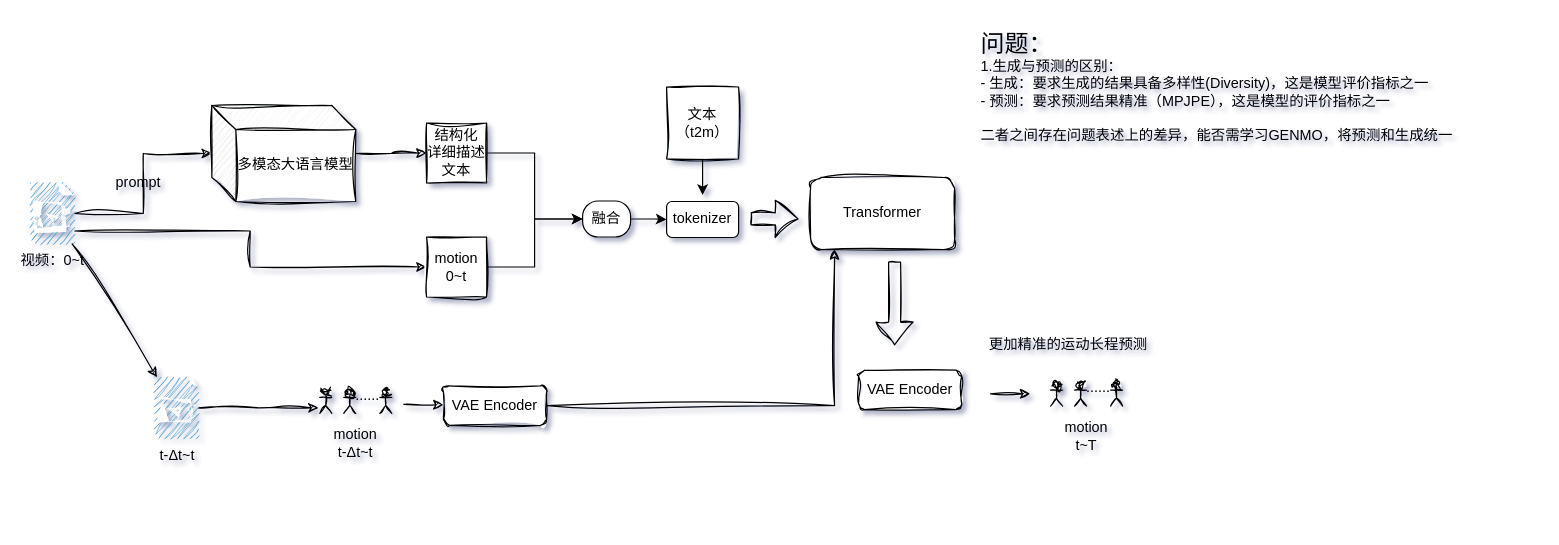
Above: video2motion.drawio in 177-Liukuan/algorithm (draw.io), before the change. Source tidied: cells renumbered, new cells numbered last; positions are measured from the earlier drawing's top-left corner, leaving out a move shared by most shapes. Both pictures are drawn from the tidied source at 120%, with x=0, y=0 at pixel (30, 20).
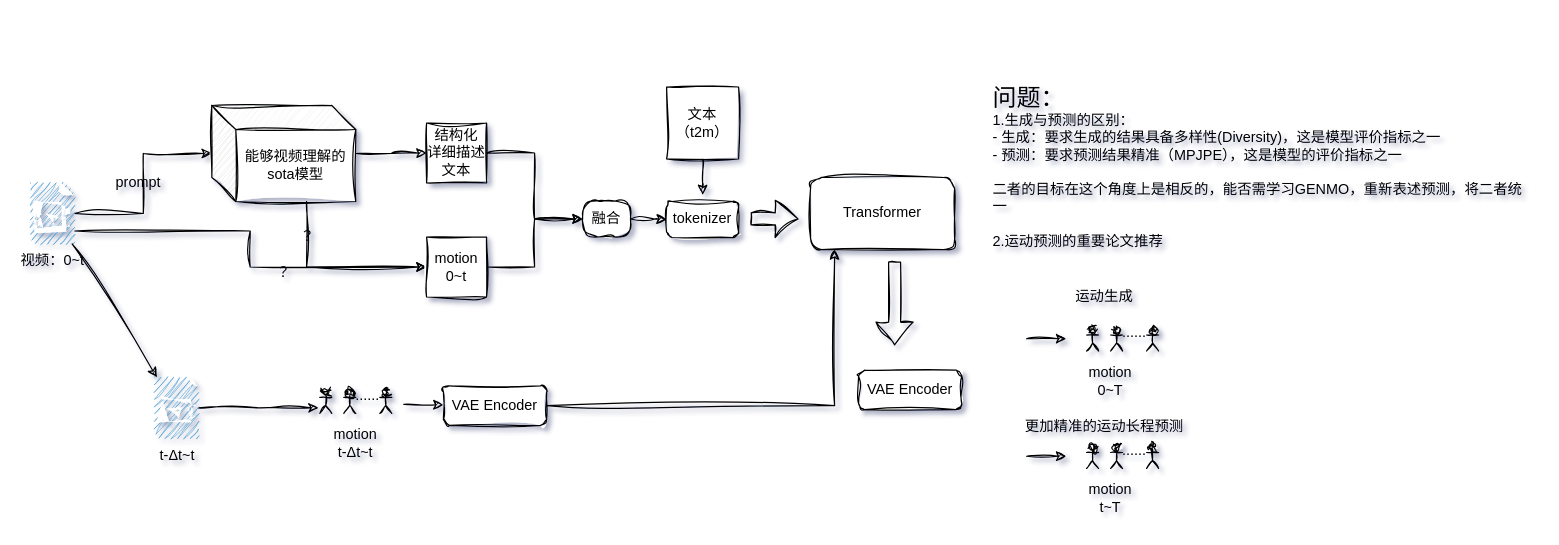
The same diagram, later.

The change refers to these unchanged cells:
```xml
<mxCell id="31" value="结构化&lt;br&gt;详细描述文本" style="whiteSpace=wrap;html=1;sketch=1;curveFitting=1;jiggle=2;" parent="1" vertex="1">
  <mxGeometry x="330" y="85" width="50" height="50" as="geometry" />
</mxCell>
<mxCell id="33" value="motion&lt;br&gt;0~t" style="whiteSpace=wrap;html=1;sketch=1;curveFitting=1;jiggle=2;" parent="1" vertex="1">
  <mxGeometry x="330" y="180" width="50" height="50" as="geometry" />
</mxCell>
<mxCell id="39" value="文本（t2m）" style="whiteSpace=wrap;html=1;sketch=1;curveFitting=1;jiggle=2;" parent="1" vertex="1">
  <mxGeometry x="530" y="55" width="60" height="60" as="geometry" />
</mxCell>
```

Diff of the diagram source:
```diff
@@
+    <mxCell id="40" style="edgeStyle=orthogonalEdgeStyle;rounded=0;jettySize=auto;html=1;entryX=0;entryY=0.5;entryDx=0;entryDy=0;sketch=1;curveFitting=1;jiggle=2;" parent="1" edge="1" source="6" target="33">
+      <mxGeometry relative="1" as="geometry">
+        <Array as="points">
+          <mxPoint x="230" y="205" />
+        </Array>
+      </mxGeometry>
+    </mxCell>
-    <mxCell id="6" value="多模态大语言模型" style="shape=cube;whiteSpace=wrap;html=1;boundedLbl=1;backgroundOutline=1;darkOpacity=0.05;darkOpacity2=0.1;sketch=1;curveFitting=1;jiggle=2;shadow=0;" parent="1" vertex="1">
+    <mxCell id="6" value="能够视频理解的sota模型" style="shape=cube;whiteSpace=wrap;html=1;boundedLbl=1;backgroundOutline=1;darkOpacity=0.05;darkOpacity2=0.1;sketch=1;curveFitting=1;jiggle=2;shadow=0;" parent="1" vertex="1">
       <mxGeometry x="151" y="70.4" width="120" height="80" as="geometry" />
     </mxCell>
@@
     <mxCell id="21" style="shape=umlActor;verticalLabelPosition=bottom;verticalAlign=top;html=1;sketch=1;curveFitting=1;jiggle=2;shadow=0;" parent="1" vertex="1">
-      <mxGeometry x="850" y="300.9" width="10" height="20" as="geometry" />
+      <mxGeometry x="880" y="352.9" width="10" height="20" as="geometry" />
     </mxCell>
     <mxCell id="22" style="shape=umlActor;verticalLabelPosition=bottom;verticalAlign=top;html=1;sketch=1;curveFitting=1;jiggle=2;shadow=0;" parent="1" vertex="1">
-      <mxGeometry x="870" y="300.9" width="10" height="20" as="geometry" />
+      <mxGeometry x="900" y="352.9" width="10" height="20" as="geometry" />
     </mxCell>
     <mxCell id="23" style="shape=umlActor;verticalLabelPosition=bottom;verticalAlign=top;html=1;sketch=1;curveFitting=1;jiggle=2;shadow=0;" parent="1" vertex="1">
-      <mxGeometry x="900" y="300.9" width="10" height="20" as="geometry" />
+      <mxGeometry x="930" y="352.9" width="10" height="20" as="geometry" />
     </mxCell>
     <mxCell id="24" value="......" style="text;html=1;whiteSpace=wrap;strokeColor=none;fillColor=none;align=center;verticalAlign=middle;rounded=0;sketch=1;curveFitting=1;jiggle=2;shadow=0;" parent="1" vertex="1">
-      <mxGeometry x="860" y="290.9" width="60" height="30" as="geometry" />
+      <mxGeometry x="890" y="342.9" width="60" height="30" as="geometry" />
     </mxCell>
     <mxCell id="25" value="motion&lt;br&gt;&lt;span style=&quot;color: light-dark(rgb(0, 0, 0), rgb(255, 255, 255)); text-wrap-mode: nowrap; background-color: transparent;&quot;&gt;t~T&lt;/span&gt;" style="text;html=1;whiteSpace=wrap;strokeColor=none;fillColor=none;align=center;verticalAlign=middle;rounded=0;sketch=1;curveFitting=1;jiggle=2;shadow=0;" parent="1" vertex="1">
-      <mxGeometry x="850" y="330.9" width="60" height="30" as="geometry" />
+      <mxGeometry x="870" y="382.9" width="60" height="30" as="geometry" />
     </mxCell>
@@
     <mxCell id="27" style="endArrow=classic;html=1;rounded=0;exitX=1;exitY=0.75;exitDx=0;exitDy=0;sketch=1;curveFitting=1;jiggle=2;shadow=0;" parent="1" edge="1">
       <mxGeometry relative="1" as="geometry">
-        <mxPoint x="800" y="310.7" as="sourcePoint" />
-        <mxPoint x="833" y="310.7" as="targetPoint" />
+        <mxPoint x="830" y="362.7" as="sourcePoint" />
+        <mxPoint x="863" y="362.7" as="targetPoint" />
       </mxGeometry>
     </mxCell>
-    <mxCell id="28" value="&lt;font style=&quot;font-size: 20px;&quot;&gt;问题：&lt;/font&gt;&lt;div&gt;1.生成与预测的区别：&lt;/div&gt;&lt;div&gt;- 生成：要求生成的结果具备多样性(Diversity)，这是模型评价指标之一&lt;/div&gt;&lt;div&gt;- 预测：要求预测结果精准（MPJPE），这是模型的评价指标之一&lt;/div&gt;&lt;div&gt;&lt;br&gt;&lt;/div&gt;&lt;div&gt;二者之间存在问题表述上的差异，能否需学习GENMO，将预测和生成统一&lt;/div&gt;" style="text;html=1;whiteSpace=wrap;strokeColor=none;fillColor=none;align=left;verticalAlign=top;rounded=0;sketch=1;curveFitting=1;jiggle=2;" parent="1" vertex="1">
-      <mxGeometry x="790" width="420" height="230" as="geometry" />
+    <mxCell id="28" value="&lt;font style=&quot;font-size: 20px;&quot;&gt;问题：&lt;/font&gt;&lt;div&gt;1.生成与预测的区别：&lt;/div&gt;&lt;div&gt;- 生成：要求生成的结果具备多样性(Diversity)，这是模型评价指标之一&lt;/div&gt;&lt;div&gt;- 预测：要求预测结果精准（MPJPE），这是模型的评价指标之一&lt;/div&gt;&lt;div&gt;&lt;br&gt;&lt;/div&gt;&lt;div&gt;二者的目标在这个角度上是相反的，能否需学习GENMO，重新表述预测，将二者统一&lt;br&gt;&lt;br&gt;2.运动预测的重要论文推荐&lt;/div&gt;" style="text;html=1;whiteSpace=wrap;strokeColor=none;fillColor=none;align=left;verticalAlign=top;rounded=0;sketch=1;curveFitting=1;jiggle=2;" parent="1" vertex="1">
+      <mxGeometry x="800" y="45.4" width="450" height="159.6" as="geometry" />
     </mxCell>
@@
-    <mxCell id="30" style="edgeStyle=orthogonalEdgeStyle;rounded=0;jettySize=auto;html=1;entryX=0;entryY=0.5;entryDx=0;entryDy=0;" parent="1" edge="1" source="31" target="35">
+    <mxCell id="30" style="edgeStyle=orthogonalEdgeStyle;rounded=0;jettySize=auto;html=1;entryX=0;entryY=0.5;entryDx=0;entryDy=0;sketch=1;curveFitting=1;jiggle=2;" parent="1" edge="1" source="31" target="35">
       <mxGeometry relative="1" as="geometry" />
     </mxCell>
@@
-    <mxCell id="32" style="edgeStyle=orthogonalEdgeStyle;rounded=0;jettySize=auto;html=1;entryX=0;entryY=0.5;entryDx=0;entryDy=0;" parent="1" edge="1" source="33" target="35">
+    <mxCell id="32" style="edgeStyle=orthogonalEdgeStyle;rounded=0;jettySize=auto;html=1;entryX=0;entryY=0.5;entryDx=0;entryDy=0;sketch=1;curveFitting=1;jiggle=2;" parent="1" edge="1" source="33" target="35">
       <mxGeometry relative="1" as="geometry" />
     </mxCell>
@@
-    <mxCell id="34" style="edgeStyle=orthogonalEdgeStyle;rounded=0;jettySize=auto;html=1;" parent="1" edge="1" source="35" target="36">
+    <mxCell id="34" style="edgeStyle=orthogonalEdgeStyle;rounded=0;jettySize=auto;html=1;sketch=1;curveFitting=1;jiggle=2;" parent="1" edge="1" source="35" target="36">
       <mxGeometry relative="1" as="geometry" />
     </mxCell>
-    <mxCell id="35" value="融合" style="rounded=1;whiteSpace=wrap;html=1;arcSize=43;" parent="1" vertex="1">
+    <mxCell id="35" value="融合" style="rounded=1;whiteSpace=wrap;html=1;arcSize=43;sketch=1;curveFitting=1;jiggle=2;" parent="1" vertex="1">
       <mxGeometry x="460" y="150" width="40" height="30" as="geometry" />
     </mxCell>
-    <mxCell id="36" value="tokenizer" style="rounded=1;whiteSpace=wrap;html=1;" parent="1" vertex="1">
+    <mxCell id="36" value="tokenizer" style="rounded=1;whiteSpace=wrap;html=1;sketch=1;curveFitting=1;jiggle=2;" parent="1" vertex="1">
       <mxGeometry x="530" y="150.4" width="60" height="30" as="geometry" />
     </mxCell>
-    <mxCell id="37" value="更加精准的运动长程预测" style="text;html=1;whiteSpace=wrap;strokeColor=none;fillColor=none;align=center;verticalAlign=middle;rounded=0;" parent="1" vertex="1">
-      <mxGeometry x="790" y="255" width="150" height="30" as="geometry" />
+    <mxCell id="37" value="更加精准的运动长程预测" style="text;html=1;whiteSpace=wrap;strokeColor=none;fillColor=none;align=center;verticalAlign=middle;rounded=0;sketch=1;curveFitting=1;jiggle=2;" parent="1" vertex="1">
+      <mxGeometry x="820" y="322.9" width="150" height="30" as="geometry" />
     </mxCell>
-    <mxCell id="38" style="edgeStyle=orthogonalEdgeStyle;rounded=0;jettySize=auto;html=1;" parent="1" edge="1" source="39">
+    <mxCell id="38" style="edgeStyle=orthogonalEdgeStyle;rounded=0;jettySize=auto;html=1;sketch=1;curveFitting=1;jiggle=2;" parent="1" edge="1" source="39">
       <mxGeometry relative="1" as="geometry">
         <mxPoint x="560" y="145" as="targetPoint" />
       </mxGeometry>
     </mxCell>
@@
+    <mxCell id="41" value="？" style="text;html=1;whiteSpace=wrap;strokeColor=none;fillColor=none;align=center;verticalAlign=middle;rounded=0;sketch=1;curveFitting=1;jiggle=2;" parent="1" vertex="1">
+      <mxGeometry x="201" y="165" width="60" height="30" as="geometry" />
+    </mxCell>
+    <mxCell id="42" value="？" style="text;html=1;whiteSpace=wrap;strokeColor=none;fillColor=none;align=center;verticalAlign=middle;rounded=0;sketch=1;curveFitting=1;jiggle=2;" parent="1" vertex="1">
+      <mxGeometry x="181" y="195" width="60" height="30" as="geometry" />
+    </mxCell>
+    <mxCell id="43" style="shape=umlActor;verticalLabelPosition=bottom;verticalAlign=top;html=1;sketch=1;curveFitting=1;jiggle=2;shadow=0;" parent="1" vertex="1">
+      <mxGeometry x="880" y="255" width="10" height="20" as="geometry" />
+    </mxCell>
+    <mxCell id="44" style="shape=umlActor;verticalLabelPosition=bottom;verticalAlign=top;html=1;sketch=1;curveFitting=1;jiggle=2;shadow=0;" parent="1" vertex="1">
+      <mxGeometry x="900" y="255" width="10" height="20" as="geometry" />
+    </mxCell>
+    <mxCell id="45" style="shape=umlActor;verticalLabelPosition=bottom;verticalAlign=top;html=1;sketch=1;curveFitting=1;jiggle=2;shadow=0;" parent="1" vertex="1">
+      <mxGeometry x="930" y="255" width="10" height="20" as="geometry" />
+    </mxCell>
+    <mxCell id="46" value="......" style="text;html=1;whiteSpace=wrap;strokeColor=none;fillColor=none;align=center;verticalAlign=middle;rounded=0;sketch=1;curveFitting=1;jiggle=2;shadow=0;" parent="1" vertex="1">
+      <mxGeometry x="890" y="245" width="60" height="30" as="geometry" />
+    </mxCell>
+    <mxCell id="47" style="endArrow=classic;html=1;rounded=0;exitX=1;exitY=0.75;exitDx=0;exitDy=0;sketch=1;curveFitting=1;jiggle=2;shadow=0;" parent="1" edge="1">
+      <mxGeometry relative="1" as="geometry">
+        <mxPoint x="830" y="264.8" as="sourcePoint" />
+        <mxPoint x="863" y="264.8" as="targetPoint" />
+      </mxGeometry>
+    </mxCell>
+    <mxCell id="48" value="运动生成" style="text;html=1;whiteSpace=wrap;strokeColor=none;fillColor=none;align=center;verticalAlign=middle;rounded=0;sketch=1;curveFitting=1;jiggle=2;" parent="1" vertex="1">
+      <mxGeometry x="820" y="215" width="150" height="30" as="geometry" />
+    </mxCell>
+    <mxCell id="49" value="motion&lt;br&gt;&lt;span style=&quot;color: light-dark(rgb(0, 0, 0), rgb(255, 255, 255)); text-wrap-mode: nowrap; background-color: transparent;&quot;&gt;0~T&lt;/span&gt;" style="text;html=1;whiteSpace=wrap;strokeColor=none;fillColor=none;align=center;verticalAlign=middle;rounded=0;sketch=1;curveFitting=1;jiggle=2;shadow=0;" parent="1" vertex="1">
+      <mxGeometry x="870" y="285" width="60" height="30" as="geometry" />
+    </mxCell>
```
